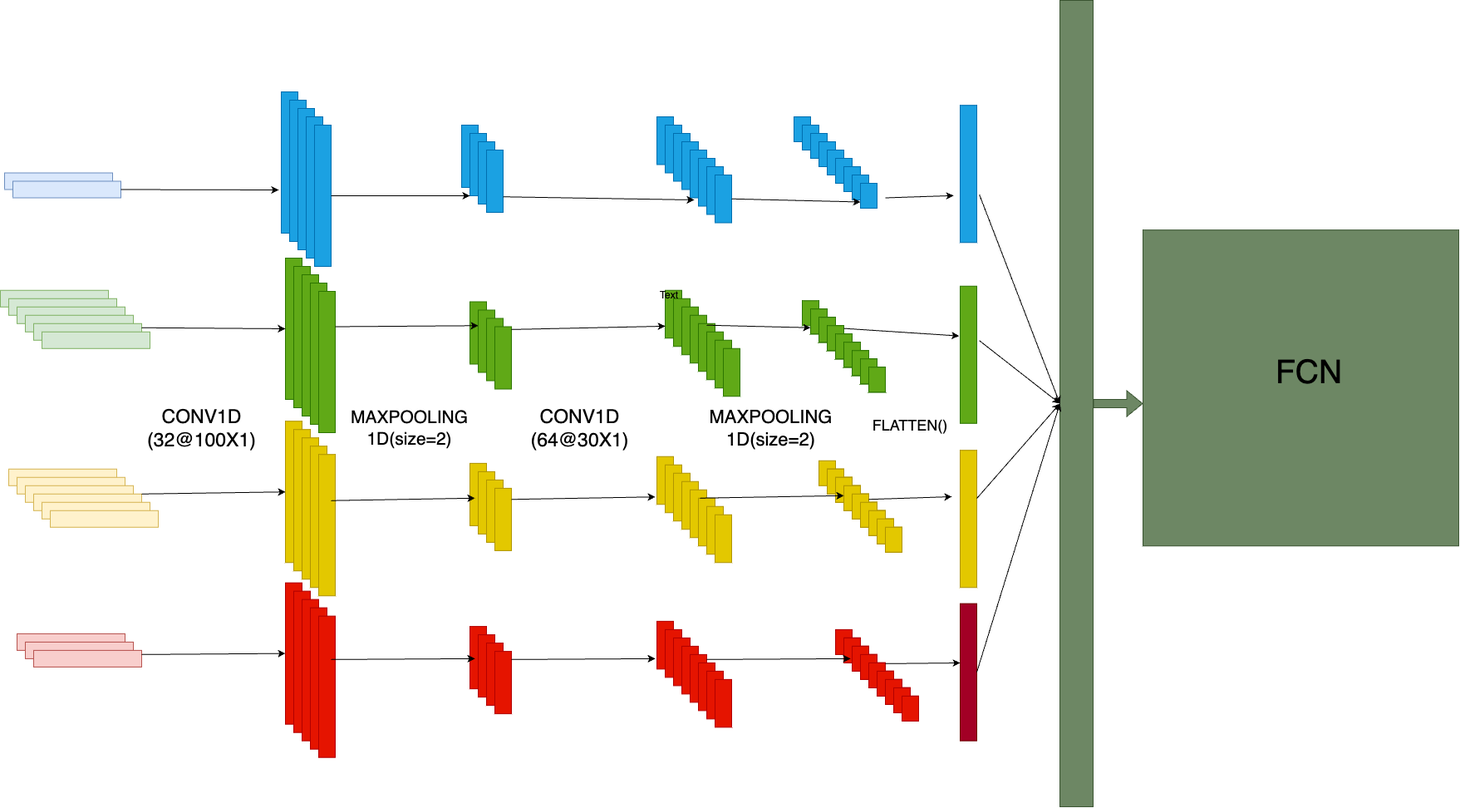
The draw.io diagram Untitled.png in khanhvovan2002/hydraulic_maintenance_prediction, before a commit. Source tidied: cells renumbered, new cells last; positions are measured from the earlier drawing's top-left corner, leaving out a move shared by most shapes.
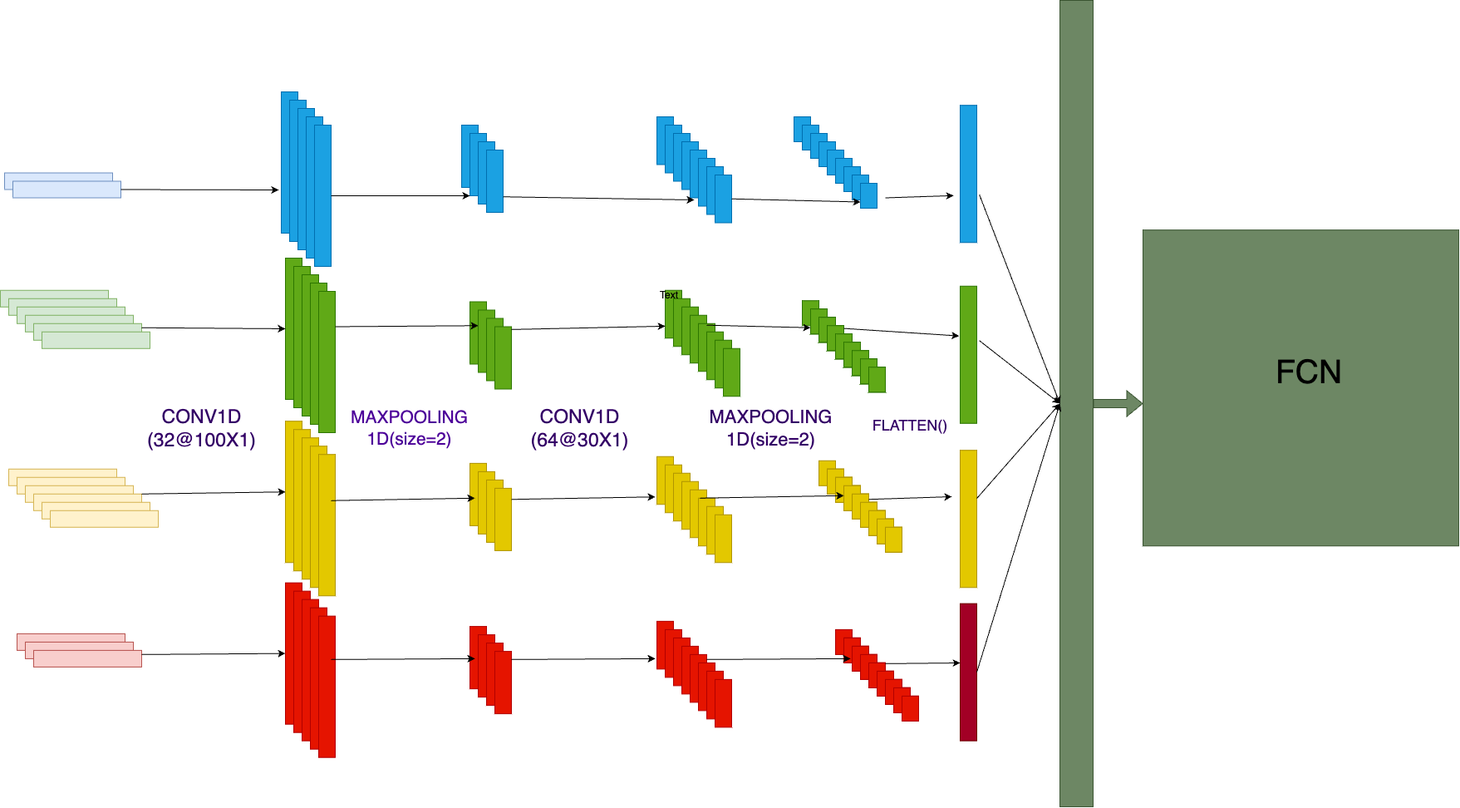
The same file after the commit.

Change to the diagram source:
```diff
@@ -774,22 +774,22 @@
         <mxPoint x="1375" y="485" as="targetPoint" />
       </mxGeometry>
     </mxCell>
-    <mxCell id="246" value="&lt;font style=&quot;font-size: 23px;&quot;&gt;CONV1D (32@100X1)&lt;/font&gt;" style="text;html=1;strokeColor=none;fillColor=none;align=center;verticalAlign=middle;whiteSpace=wrap;rounded=0;" parent="1" vertex="1">
+    <mxCell id="246" value="&lt;font color=&quot;#330066&quot; style=&quot;font-size: 23px;&quot;&gt;CONV1D (32@100X1)&lt;/font&gt;" style="text;html=1;strokeColor=none;fillColor=none;align=center;verticalAlign=middle;whiteSpace=wrap;rounded=0;" parent="1" vertex="1">
       <mxGeometry x="160" y="500" width="165" height="30" as="geometry" />
     </mxCell>
-    <mxCell id="247" value="&lt;font style=&quot;font-size: 23px;&quot;&gt;CONV1D (64@30X1)&lt;/font&gt;" style="text;html=1;strokeColor=none;fillColor=none;align=center;verticalAlign=middle;whiteSpace=wrap;rounded=0;" parent="1" vertex="1">
+    <mxCell id="247" value="&lt;font color=&quot;#330066&quot; style=&quot;font-size: 23px;&quot;&gt;CONV1D (64@30X1)&lt;/font&gt;" style="text;html=1;strokeColor=none;fillColor=none;align=center;verticalAlign=middle;whiteSpace=wrap;rounded=0;" parent="1" vertex="1">
       <mxGeometry x="615" y="500" width="165" height="30" as="geometry" />
     </mxCell>
-    <mxCell id="248" value="&lt;font style=&quot;font-size: 21px;&quot;&gt;MAXPOOLING 1D(size=2)&lt;/font&gt;" style="text;html=1;strokeColor=none;fillColor=none;align=center;verticalAlign=middle;whiteSpace=wrap;rounded=0;" parent="1" vertex="1">
+    <mxCell id="248" value="&lt;font color=&quot;#4c0099&quot; style=&quot;font-size: 21px;&quot;&gt;MAXPOOLING 1D(size=2)&lt;/font&gt;" style="text;html=1;strokeColor=none;fillColor=none;align=center;verticalAlign=middle;whiteSpace=wrap;rounded=0;" parent="1" vertex="1">
       <mxGeometry x="410" y="500" width="165" height="30" as="geometry" />
     </mxCell>
-    <mxCell id="249" value="&lt;font style=&quot;font-size: 22px;&quot;&gt;MAXPOOLING 1D(size=2)&lt;/font&gt;" style="text;html=1;strokeColor=none;fillColor=none;align=center;verticalAlign=middle;whiteSpace=wrap;rounded=0;" parent="1" vertex="1">
+    <mxCell id="249" value="&lt;font color=&quot;#330066&quot; style=&quot;font-size: 22px;&quot;&gt;MAXPOOLING 1D(size=2)&lt;/font&gt;" style="text;html=1;strokeColor=none;fillColor=none;align=center;verticalAlign=middle;whiteSpace=wrap;rounded=0;" parent="1" vertex="1">
       <mxGeometry x="860" y="500" width="135" height="30" as="geometry" />
     </mxCell>
     <mxCell id="250" value="Text" style="text;html=1;strokeColor=none;fillColor=none;align=center;verticalAlign=middle;whiteSpace=wrap;rounded=0;" parent="1" vertex="1">
       <mxGeometry x="775" y="340" width="60" height="30" as="geometry" />
     </mxCell>
-    <mxCell id="251" value="&lt;font style=&quot;font-size: 18px;&quot;&gt;FLATTEN()&lt;/font&gt;" style="text;html=1;strokeColor=none;fillColor=none;align=center;verticalAlign=middle;whiteSpace=wrap;rounded=0;strokeWidth=5;" parent="1" vertex="1">
+    <mxCell id="251" value="&lt;font color=&quot;#330066&quot; style=&quot;font-size: 18px;&quot;&gt;FLATTEN()&lt;/font&gt;" style="text;html=1;strokeColor=none;fillColor=none;align=center;verticalAlign=middle;whiteSpace=wrap;rounded=0;strokeWidth=5;" parent="1" vertex="1">
       <mxGeometry x="1065" y="486.2" width="60" height="50" as="geometry" />
     </mxCell>
   </root>
```
